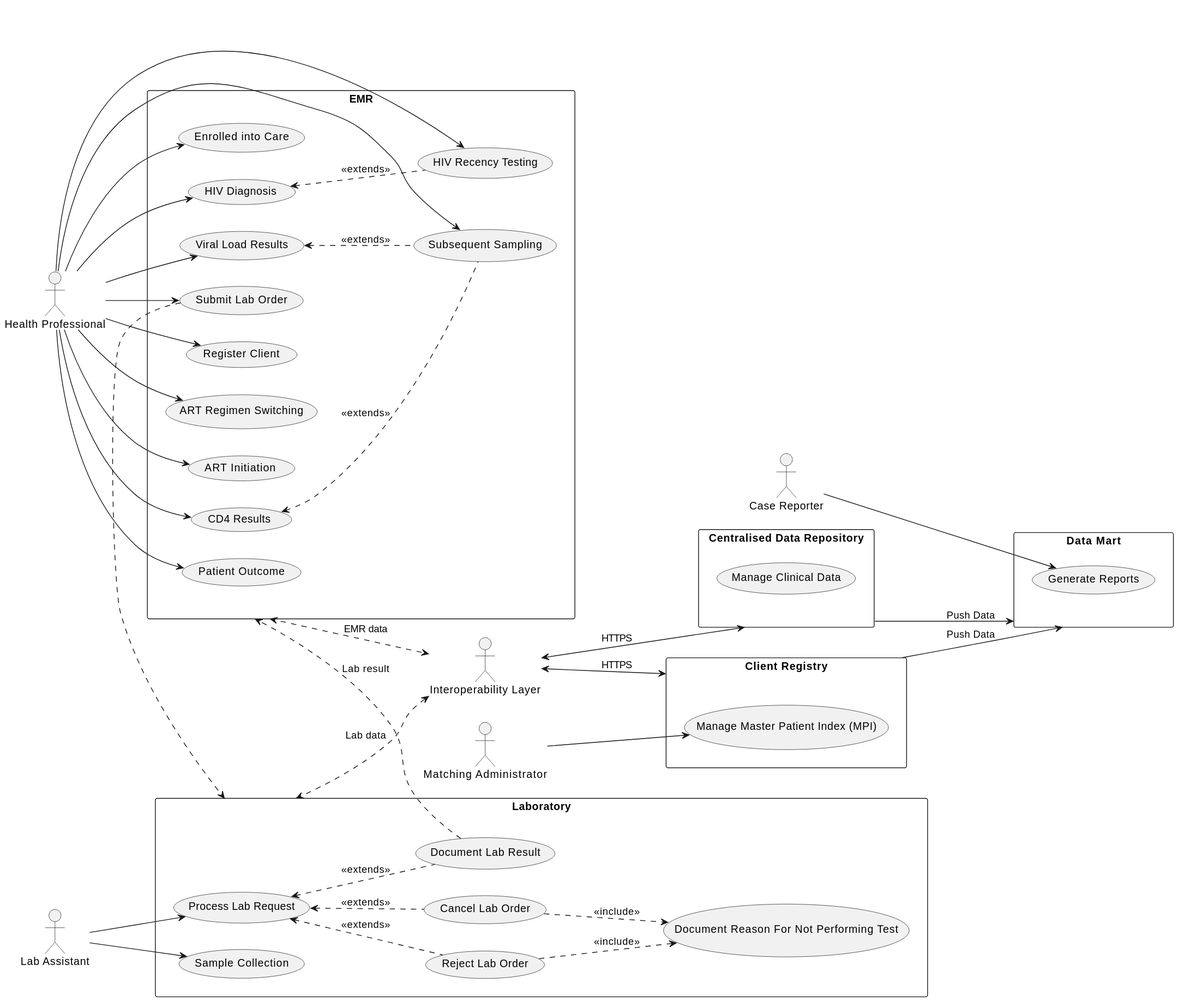
This is input/includes/UseCaseDiagram.svg from openhie/HIV-CBS, a PlantUML export, as it was before one commit.
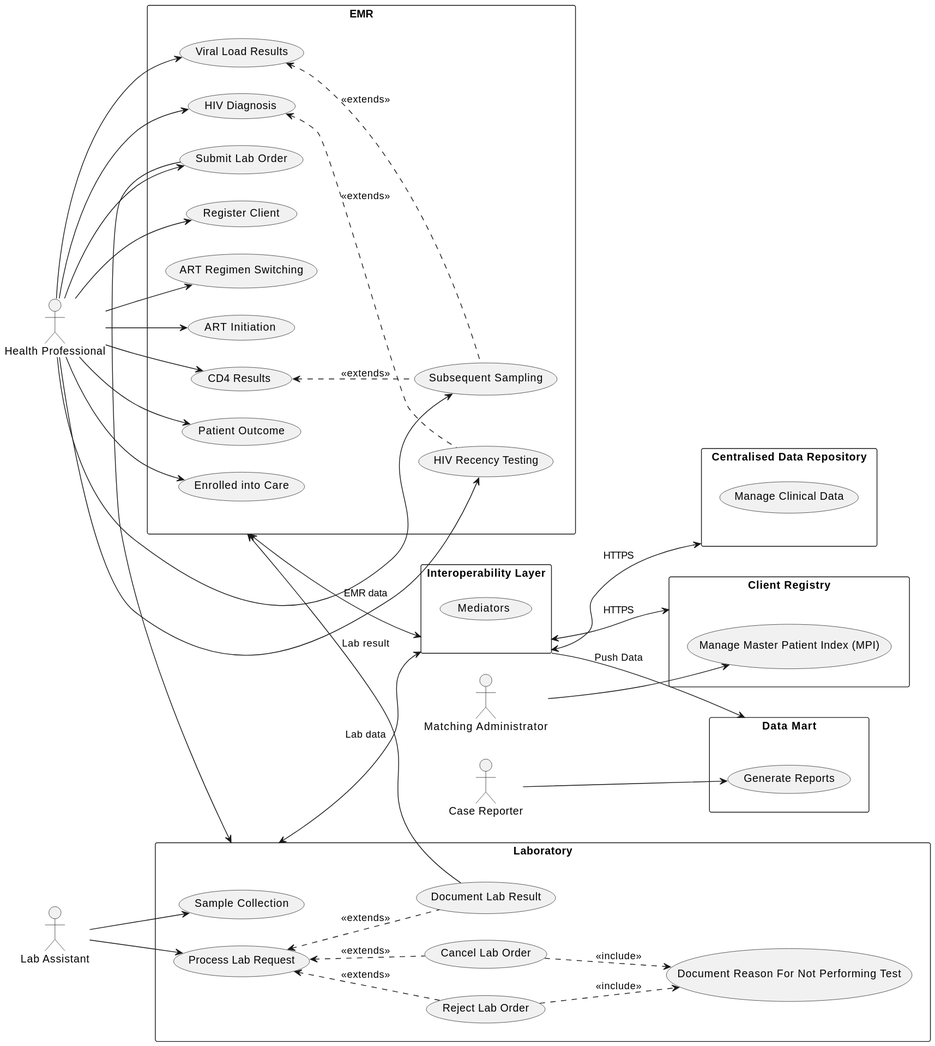
The same diagram one commit later.

Change to the diagram source:
```diff
@@ -53,19 +53,23 @@
 (UC18) ..> (UC19) : "<<include>>"
 (UC17) ..> (UC19) : "<<include>>"
 
-(UC10) ..> Laboratory
+(UC10) --> Laboratory
 
-(UC16) ..> EMR : "Lab result"
+(UC16) --> EMR : "Lab result"
 
-actor "Interoperability Layer" as iol
+
+rectangle "Interoperability Layer" as iol {
+  usecase "Mediators" as UC23
+}
+
 rectangle "Centralised Data Repository" as cdr {
   usecase "Manage Clinical Data" as UC20
 }
 
 iol <--> cdr : "HTTPS"
 
-EMR <..> iol : "EMR data"
-Laboratory <..> iol : "Lab data"
+EMR <--> iol : "EMR data"
+Laboratory <--> iol : "Lab data"
 
 
 actor "Matching Administrator" as macthingAdmin
@@ -84,7 +88,6 @@
 
 caseReporter --> UC22
 
-cdr --> dm : "Push Data"
-cr --> dm : "Push Data"
+iol --> dm : "Push Data"
 
 @enduml
```
